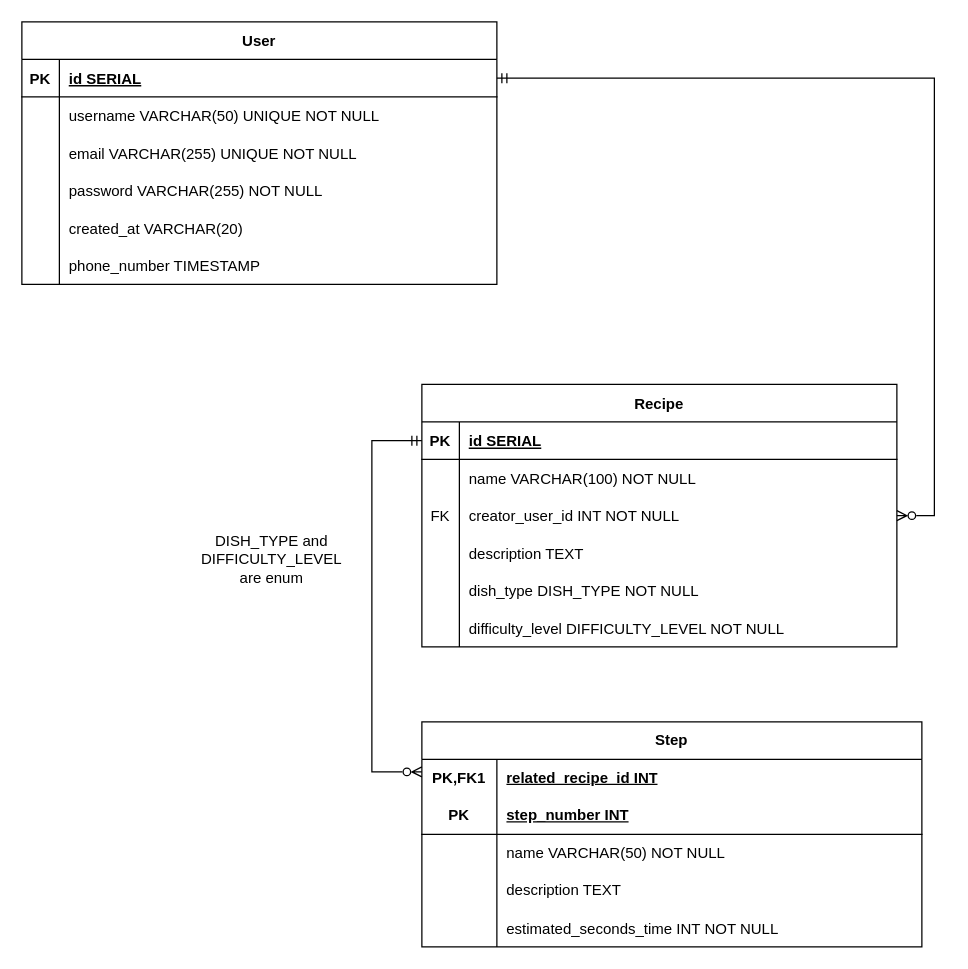
Above: API_documentation/swiss_kitchen_db.drawio in CamilleTCH/MM-207-Project-Swiss-Kitchen (draw.io), before the change. Source tidied: cells renumbered, new cells numbered last; positions are measured from the earlier drawing's top-left corner, leaving out a move shared by most shapes. Both pictures are drawn from the tidied source at 125%, with x=0, y=0 at pixel (21, 21).
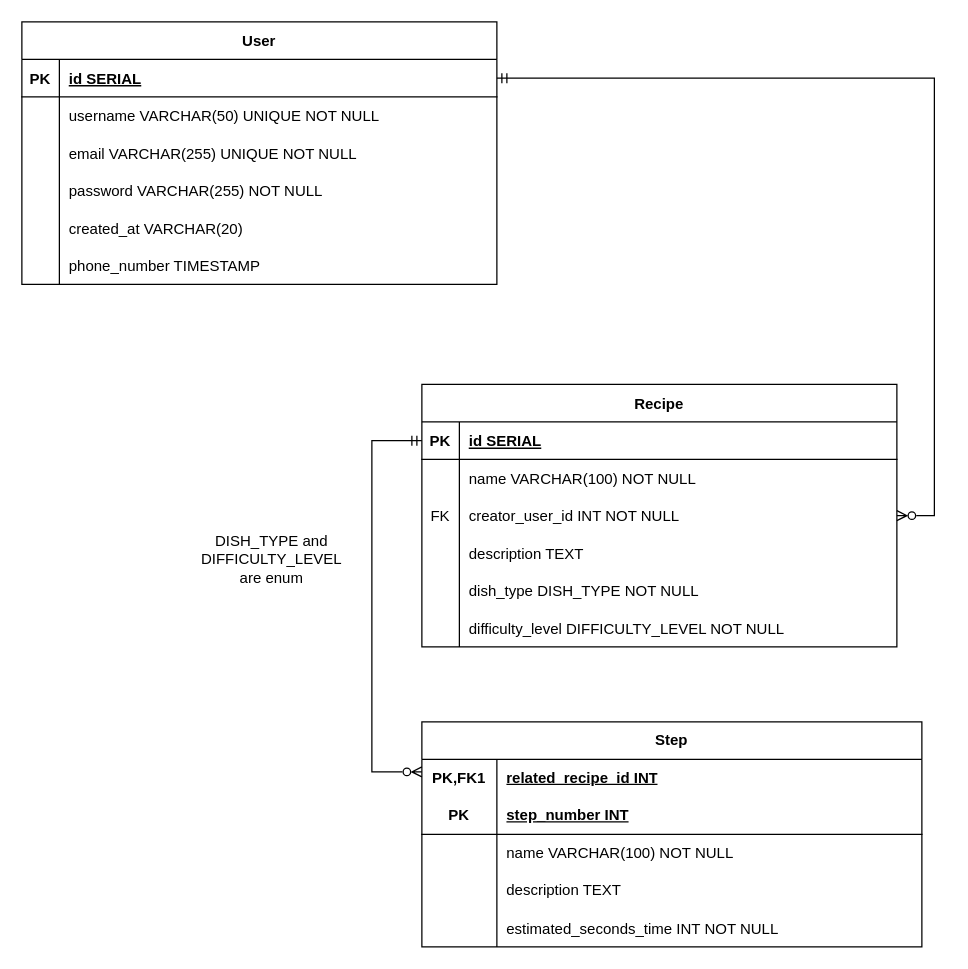
The same diagram, later.

Unchanged cells that the change refers to:
```xml
<mxCell id="49" style="shape=tableRow;horizontal=0;startSize=0;swimlaneHead=0;swimlaneBody=0;fillColor=none;top=0;left=0;right=0;bottom=0;html=1;" parent="42" vertex="1">
  <mxGeometry y="90" width="400" height="30" as="geometry" />
</mxCell>
```

What changed in the source:
```diff
@@
-    <mxCell id="51" value="&lt;span style=&quot;text-wrap-mode: nowrap;&quot;&gt;name VARCHAR(50) NOT NULL&lt;/span&gt;" style="shape=partialRectangle;fillColor=none;top=0;left=0;bottom=0;right=0;align=left;spacingLeft=6;overflow=hidden;html=1;whiteSpace=wrap;" parent="49" vertex="1">
+    <mxCell id="51" value="&lt;span style=&quot;text-wrap-mode: nowrap;&quot;&gt;name VARCHAR(100) NOT NULL&lt;/span&gt;" style="shape=partialRectangle;fillColor=none;top=0;left=0;bottom=0;right=0;align=left;spacingLeft=6;overflow=hidden;html=1;whiteSpace=wrap;" parent="49" vertex="1">
       <mxGeometry x="60" width="340" height="30" as="geometry" />
     </mxCell>
```
